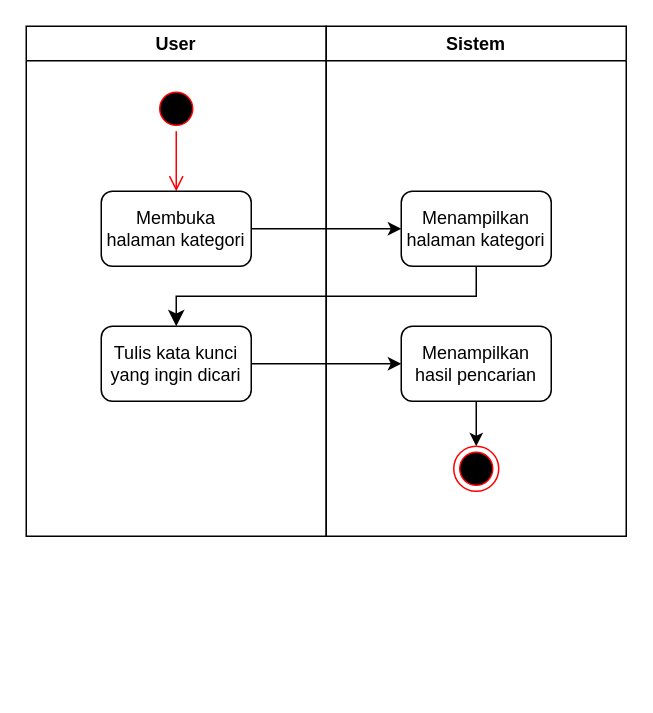
This is DOKUMENTASI IDMS/kategori peralatan/carikategori.drawio from rismanrhz/idms, a draw.io file, before an edit. Source tidied: cells renumbered, new cells numbered last; positions are measured from the earlier drawing's top-left corner, leaving out a move shared by most shapes. Both pictures are drawn from the tidied source at 150%, with x=0, y=0 at pixel (26, 26).
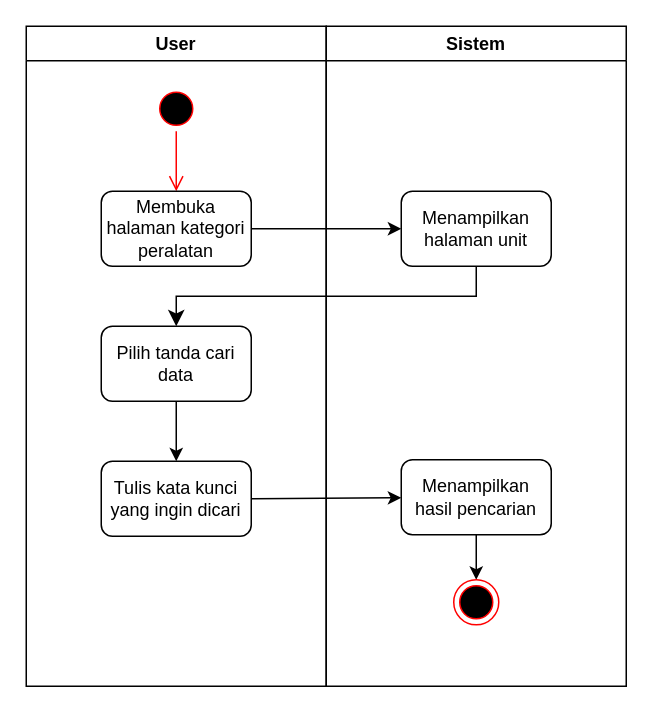
After the change.

Diff of the diagram source:
```diff
@@
 <mxGraphModel>
   <root>
     <mxCell id="0" />
     <mxCell id="1" parent="0" />
-    <mxCell id="2" value="User" style="swimlane;whiteSpace=wrap;html=1;" parent="1" vertex="1">
-      <mxGeometry width="200" height="340" as="geometry" />
-    </mxCell>
+    <mxCell id="14" value="User" style="swimlane;whiteSpace=wrap;html=1;" parent="1" vertex="1">
+      <mxGeometry width="200" height="440" as="geometry" />
+    </mxCell>
-    <mxCell id="3" style="ellipse;html=1;shape=startState;fillColor=#000000;strokeColor=#ff0000;" parent="2" vertex="1">
+    <mxCell id="3" style="ellipse;html=1;shape=startState;fillColor=#000000;strokeColor=#ff0000;" parent="14" vertex="1">
       <mxGeometry x="85" y="40" width="30" height="30" as="geometry" />
     </mxCell>
-    <mxCell id="4" style="edgeStyle=orthogonalEdgeStyle;html=1;verticalAlign=bottom;endArrow=open;endSize=8;strokeColor=#ff0000;entryX=0.5;entryY=0;entryDx=0;entryDy=0;" parent="2" edge="1" source="3" target="5">
-      <mxGeometry relative="1" as="geometry" />
-    </mxCell>
-    <mxCell id="5" value="Membuka halaman kategori" style="rounded=1;whiteSpace=wrap;html=1;" parent="2" vertex="1">
-      <mxGeometry x="50" y="110" width="100" height="50" as="geometry" />
-    </mxCell>
+    <mxCell id="15" style="edgeStyle=orthogonalEdgeStyle;html=1;verticalAlign=bottom;endArrow=open;endSize=8;strokeColor=#ff0000;entryX=0.5;entryY=0;entryDx=0;entryDy=0;" parent="14" edge="1" source="3" target="16">
+      <mxGeometry relative="1" as="geometry" />
+    </mxCell>
+    <mxCell id="16" value="Membuka halaman kategori peralatan" style="rounded=1;whiteSpace=wrap;html=1;" parent="14" vertex="1">
+      <mxGeometry x="50" y="110" width="100" height="50" as="geometry" />
+    </mxCell>
+    <mxCell id="17" style="edgeStyle=none;html=1;" parent="14" edge="1" source="18" target="6">
+      <mxGeometry relative="1" as="geometry" />
+    </mxCell>
+    <mxCell id="18" value="Pilih tanda cari data" style="rounded=1;whiteSpace=wrap;html=1;" parent="14" vertex="1">
+      <mxGeometry x="50" y="200" width="100" height="50" as="geometry" />
+    </mxCell>
-    <mxCell id="6" value="Tulis kata kunci yang ingin dicari" style="rounded=1;whiteSpace=wrap;html=1;" parent="2" vertex="1">
-      <mxGeometry x="50" y="200" width="100" height="50" as="geometry" />
+    <mxCell id="6" value="Tulis kata kunci yang ingin dicari" style="rounded=1;whiteSpace=wrap;html=1;" parent="14" vertex="1">
+      <mxGeometry x="50" y="290" width="100" height="50" as="geometry" />
     </mxCell>
     <mxCell id="7" value="Sistem" style="swimlane;whiteSpace=wrap;html=1;" parent="1" vertex="1">
-      <mxGeometry x="200" width="200" height="340" as="geometry" />
+      <mxGeometry x="200" width="200" height="440" as="geometry" />
     </mxCell>
-    <mxCell id="8" value="Menampilkan halaman kategori" style="rounded=1;whiteSpace=wrap;html=1;" parent="7" vertex="1">
-      <mxGeometry x="50" y="110" width="100" height="50" as="geometry" />
-    </mxCell>
-    <mxCell id="9" style="edgeStyle=none;html=1;" parent="7" edge="1" source="10" target="11">
-      <mxGeometry relative="1" as="geometry" />
-    </mxCell>
+    <mxCell id="19" value="Menampilkan halaman unit" style="rounded=1;whiteSpace=wrap;html=1;" parent="7" vertex="1">
+      <mxGeometry x="50" y="110" width="100" height="50" as="geometry" />
+    </mxCell>
+    <mxCell id="20" style="edgeStyle=none;html=1;" parent="7" edge="1" source="10" target="21">
+      <mxGeometry relative="1" as="geometry" />
+    </mxCell>
     <mxCell id="10" value="Menampilkan hasil pencarian" style="rounded=1;whiteSpace=wrap;html=1;" parent="7" vertex="1">
-      <mxGeometry x="50" y="200" width="100" height="50" as="geometry" />
+      <mxGeometry x="50" y="289" width="100" height="50" as="geometry" />
     </mxCell>
-    <mxCell id="11" style="ellipse;html=1;shape=endState;fillColor=#000000;strokeColor=#ff0000;" parent="7" vertex="1">
-      <mxGeometry x="85" y="280" width="30" height="30" as="geometry" />
-    </mxCell>
-    <mxCell id="12" style="edgeStyle=none;html=1;" parent="1" edge="1" source="5" target="8">
-      <mxGeometry relative="1" as="geometry" />
-    </mxCell>
-    <mxCell id="13" style="edgeStyle=elbowEdgeStyle;elbow=vertical;endArrow=classic;html=1;curved=0;rounded=0;endSize=8;startSize=8;exitX=0.5;exitY=1;exitDx=0;exitDy=0;entryX=0.5;entryY=0;entryDx=0;entryDy=0;" parent="1" edge="1" source="8" target="6">
-      <mxGeometry relative="1" as="geometry" />
-    </mxCell>
-    <mxCell id="14" style="edgeStyle=none;html=1;" parent="1" edge="1" source="6" target="10">
-      <mxGeometry relative="1" as="geometry" />
-    </mxCell>
+    <mxCell id="21" style="ellipse;html=1;shape=endState;fillColor=#000000;strokeColor=#ff0000;" parent="7" vertex="1">
+      <mxGeometry x="85" y="369" width="30" height="30" as="geometry" />
+    </mxCell>
+    <mxCell id="22" style="edgeStyle=none;html=1;" parent="1" edge="1" source="16" target="19">
+      <mxGeometry relative="1" as="geometry" />
+    </mxCell>
+    <mxCell id="23" style="edgeStyle=elbowEdgeStyle;elbow=vertical;endArrow=classic;html=1;curved=0;rounded=0;endSize=8;startSize=8;exitX=0.5;exitY=1;exitDx=0;exitDy=0;entryX=0.5;entryY=0;entryDx=0;entryDy=0;" parent="1" edge="1" source="19" target="18">
+      <mxGeometry relative="1" as="geometry" />
+    </mxCell>
+    <mxCell id="24" style="edgeStyle=none;html=1;exitX=1;exitY=0.5;exitDx=0;exitDy=0;" parent="1" edge="1" source="6" target="10">
+      <mxGeometry relative="1" as="geometry" />
+    </mxCell>
   </root>
 </mxGraphModel>
```
